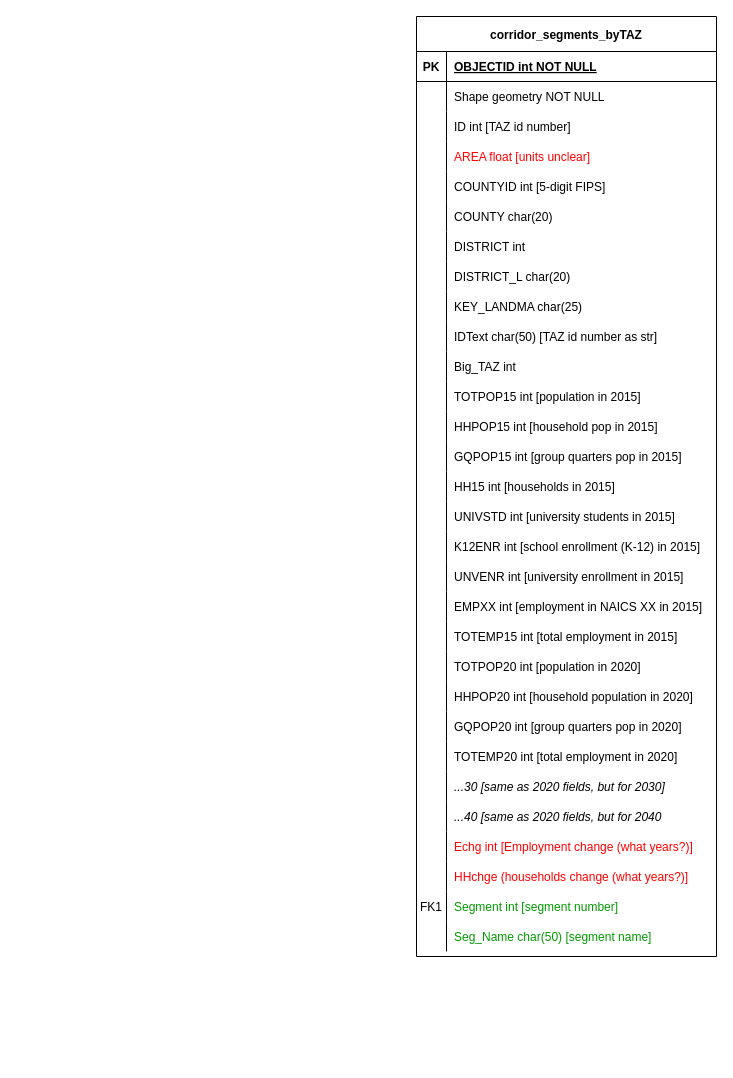
The draw.io diagram page "corridor_segments_byTAZ" (5 of 9) of LCBRT_DataDiagram.drawio in renaissanceplanning/LCBRT_TOD, before the edit. Source tidied: cells renumbered, new cells numbered last; positions are measured from the earlier drawing's top-left corner, leaving out a move shared by most shapes. Both pictures are drawn from the tidied source at 100%, with x=0, y=0 at pixel (416, 16).
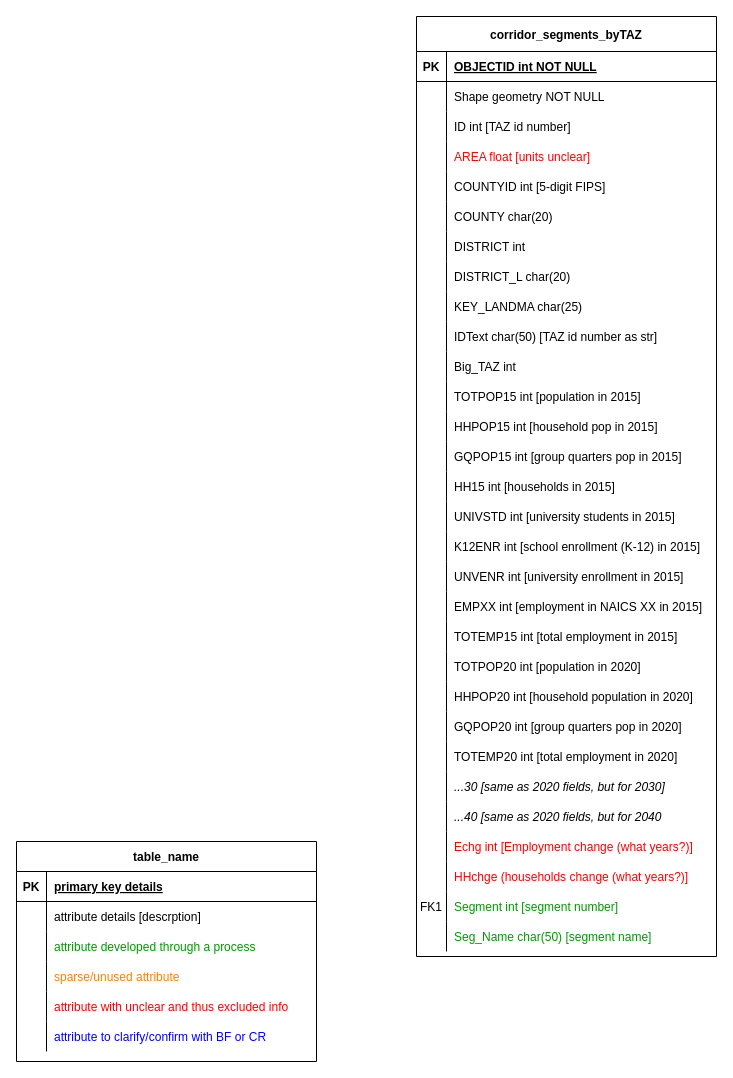
The same diagram, later.

The edit, as a diff of the source:
```diff
@@
+    <mxCell id="93" value="table_name" style="shape=table;startSize=30;childLayout=tableLayout;rowLines=0;fontStyle=1;align=center;" parent="1" vertex="1">
+      <mxGeometry x="-400" y="825" width="300" height="220" as="geometry" />
+    </mxCell>
+    <mxCell id="94" style="shape=partialRectangle;fillColor=none;top=0;left=0;right=0;bottom=1;" parent="93" vertex="1">
+      <mxGeometry y="30" width="300" height="30" as="geometry" />
+    </mxCell>
+    <mxCell id="95" value="PK" style="shape=partialRectangle;overflow=hidden;fillColor=none;top=0;left=0;bottom=0;right=0;fontStyle=1;" parent="94" vertex="1">
+      <mxGeometry width="30" height="30" as="geometry" />
+    </mxCell>
+    <mxCell id="96" value="primary key details" style="shape=partialRectangle;overflow=hidden;fillColor=none;top=0;left=0;bottom=0;right=0;align=left;spacingLeft=6;fontStyle=5;" parent="94" vertex="1">
+      <mxGeometry x="30" width="270" height="30" as="geometry" />
+    </mxCell>
+    <mxCell id="97" style="shape=partialRectangle;fillColor=none;top=0;left=0;right=0;bottom=0;" parent="93" vertex="1">
+      <mxGeometry y="60" width="300" height="30" as="geometry" />
+    </mxCell>
+    <mxCell id="98" style="shape=partialRectangle;overflow=hidden;fillColor=none;top=0;left=0;bottom=0;right=0;" parent="97" vertex="1">
+      <mxGeometry width="30" height="30" as="geometry" />
+    </mxCell>
+    <mxCell id="99" value="attribute details [descrption]" style="shape=partialRectangle;overflow=hidden;fillColor=none;top=0;left=0;bottom=0;right=0;align=left;spacingLeft=6;" parent="97" vertex="1">
+      <mxGeometry x="30" width="270" height="30" as="geometry" />
+    </mxCell>
+    <mxCell id="100" style="shape=partialRectangle;fillColor=none;top=0;left=0;right=0;bottom=0;fontColor=#009900;" parent="93" vertex="1">
+      <mxGeometry y="90" width="300" height="30" as="geometry" />
+    </mxCell>
+    <mxCell id="101" style="shape=partialRectangle;overflow=hidden;fillColor=none;top=0;left=0;bottom=0;right=0;" parent="100" vertex="1">
+      <mxGeometry width="30" height="30" as="geometry" />
+    </mxCell>
+    <mxCell id="102" value="attribute developed through a process" style="shape=partialRectangle;overflow=hidden;fillColor=none;top=0;left=0;bottom=0;right=0;align=left;spacingLeft=6;strokeColor=#009900;fontColor=#009900;" parent="100" vertex="1">
+      <mxGeometry x="30" width="270" height="30" as="geometry" />
+    </mxCell>
+    <mxCell id="103" style="shape=partialRectangle;fillColor=none;top=0;left=0;right=0;bottom=0;" parent="93" vertex="1">
+      <mxGeometry y="120" width="300" height="30" as="geometry" />
+    </mxCell>
+    <mxCell id="104" style="shape=partialRectangle;overflow=hidden;fillColor=none;top=0;left=0;bottom=0;right=0;" parent="103" vertex="1">
+      <mxGeometry width="30" height="30" as="geometry" />
+    </mxCell>
+    <mxCell id="105" value="sparse/unused attribute" style="shape=partialRectangle;overflow=hidden;fillColor=none;top=0;left=0;bottom=0;right=0;align=left;spacingLeft=6;fontColor=#FF8000;" parent="103" vertex="1">
+      <mxGeometry x="30" width="270" height="30" as="geometry" />
+    </mxCell>
+    <mxCell id="106" style="shape=partialRectangle;fillColor=none;top=0;left=0;right=0;bottom=0;" parent="93" vertex="1">
+      <mxGeometry y="150" width="300" height="30" as="geometry" />
+    </mxCell>
+    <mxCell id="107" style="shape=partialRectangle;overflow=hidden;fillColor=none;top=0;left=0;bottom=0;right=0;" parent="106" vertex="1">
+      <mxGeometry width="30" height="30" as="geometry" />
+    </mxCell>
+    <mxCell id="108" value="attribute with unclear and thus excluded info" style="shape=partialRectangle;overflow=hidden;fillColor=none;top=0;left=0;bottom=0;right=0;align=left;spacingLeft=6;fontColor=#FF0000;" parent="106" vertex="1">
+      <mxGeometry x="30" width="270" height="30" as="geometry" />
+    </mxCell>
+    <mxCell id="109" style="shape=partialRectangle;fillColor=none;top=0;left=0;right=0;bottom=0;" parent="93" vertex="1">
+      <mxGeometry y="180" width="300" height="30" as="geometry" />
+    </mxCell>
+    <mxCell id="110" style="shape=partialRectangle;overflow=hidden;fillColor=none;top=0;left=0;bottom=0;right=0;" parent="109" vertex="1">
+      <mxGeometry width="30" height="30" as="geometry" />
+    </mxCell>
+    <mxCell id="111" value="attribute to clarify/confirm with BF or CR" style="shape=partialRectangle;overflow=hidden;fillColor=none;top=0;left=0;bottom=0;right=0;align=left;spacingLeft=6;fontColor=#0000FF;" parent="109" vertex="1">
+      <mxGeometry x="30" width="270" height="30" as="geometry" />
+    </mxCell>
```
